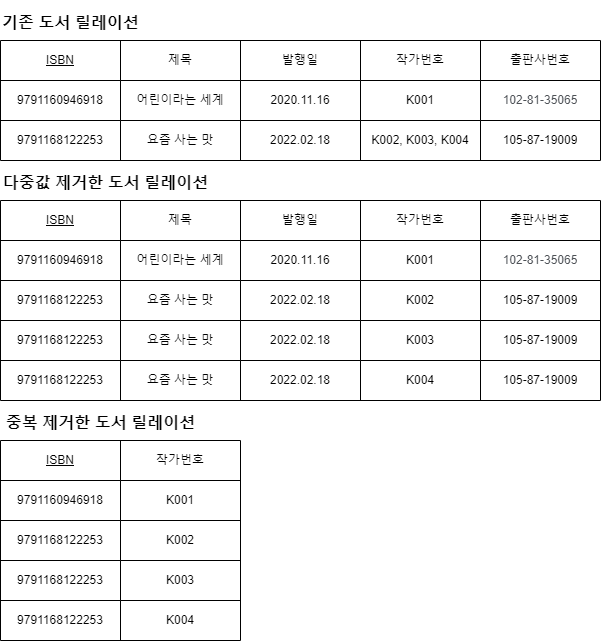
This is 도서 릴레이션.png from JeongwonByun/2022-1-DB-Project, a draw.io export, as it was before one commit. Source tidied: cells renumbered, new cells last; positions are measured from the earlier drawing's top-left corner, leaving out a move shared by most shapes.
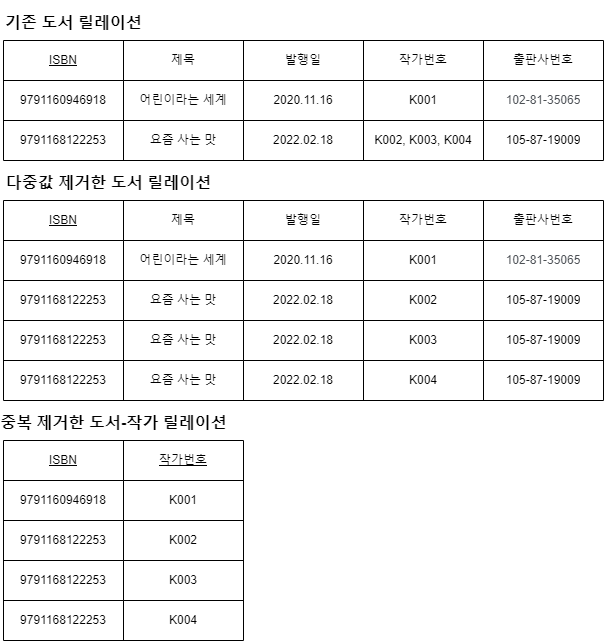
After the commit.

Commit message:
Update 도서 릴레이션.png

What changed in the source:
```diff
@@ -161,7 +161,7 @@
     <mxCell id="54" value="&lt;u&gt;ISBN&lt;/u&gt;" style="shape=partialRectangle;html=1;whiteSpace=wrap;fillColor=none;top=0;left=0;bottom=0;right=0;overflow=hidden;" parent="53" vertex="1">
       <mxGeometry width="120" height="40" as="geometry" />
     </mxCell>
-    <mxCell id="55" value="작가번호" style="shape=partialRectangle;html=1;whiteSpace=wrap;fillColor=none;top=0;left=0;bottom=0;right=0;overflow=hidden;" parent="53" vertex="1">
+    <mxCell id="55" value="&lt;u&gt;작가번호&lt;/u&gt;" style="shape=partialRectangle;html=1;whiteSpace=wrap;fillColor=none;top=0;left=0;bottom=0;right=0;overflow=hidden;" parent="53" vertex="1">
       <mxGeometry x="120" width="120" height="40" as="geometry" />
     </mxCell>
     <mxCell id="56" style="shape=tableRow;horizontal=0;startSize=0;swimlaneHead=0;swimlaneBody=0;top=0;left=0;bottom=0;right=0;fillColor=none;" parent="52" vertex="1">
@@ -206,8 +206,8 @@
     <mxCell id="69" value="&lt;font style=&quot;font-size: 16px;&quot;&gt;다중값 제거한 도서 릴레이션&lt;/font&gt;" style="text;strokeColor=none;fillColor=none;html=1;fontSize=24;fontStyle=1;verticalAlign=middle;align=center;" parent="1" vertex="1">
       <mxGeometry y="160" width="210" height="40" as="geometry" />
     </mxCell>
-    <mxCell id="70" value="&lt;font style=&quot;font-size: 16px;&quot;&gt;중복 제거한 도서 릴레이션&lt;/font&gt;" style="text;strokeColor=none;fillColor=none;html=1;fontSize=24;fontStyle=1;verticalAlign=middle;align=center;" parent="1" vertex="1">
-      <mxGeometry y="400" width="200" height="40" as="geometry" />
+    <mxCell id="70" value="&lt;font style=&quot;font-size: 16px;&quot;&gt;중복 제거한 도서-작가 릴레이션&lt;/font&gt;" style="text;strokeColor=none;fillColor=none;html=1;fontSize=24;fontStyle=1;verticalAlign=middle;align=center;" parent="1" vertex="1">
+      <mxGeometry x="10" y="400" width="200" height="40" as="geometry" />
     </mxCell>
   </root>
 </mxGraphModel>
```
